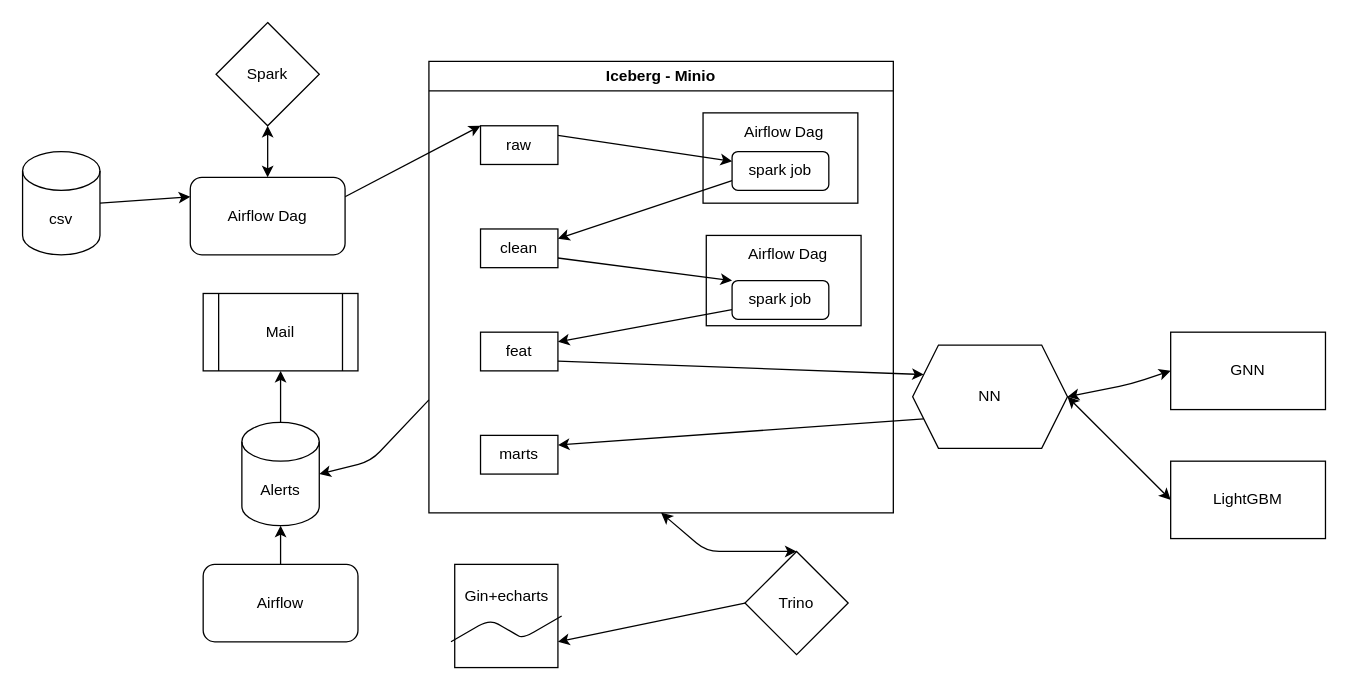
Pfpfpfpfal/Cocoonbl keeps this draw.io diagram as schema.drawio. Above is the earlier version. Source tidied: cells renumbered, new cells numbered last; positions are measured from the earlier drawing's top-left corner, leaving out a move shared by most shapes. Both pictures are drawn from the tidied source at 129%, with x=0, y=0 at pixel (22, 22).
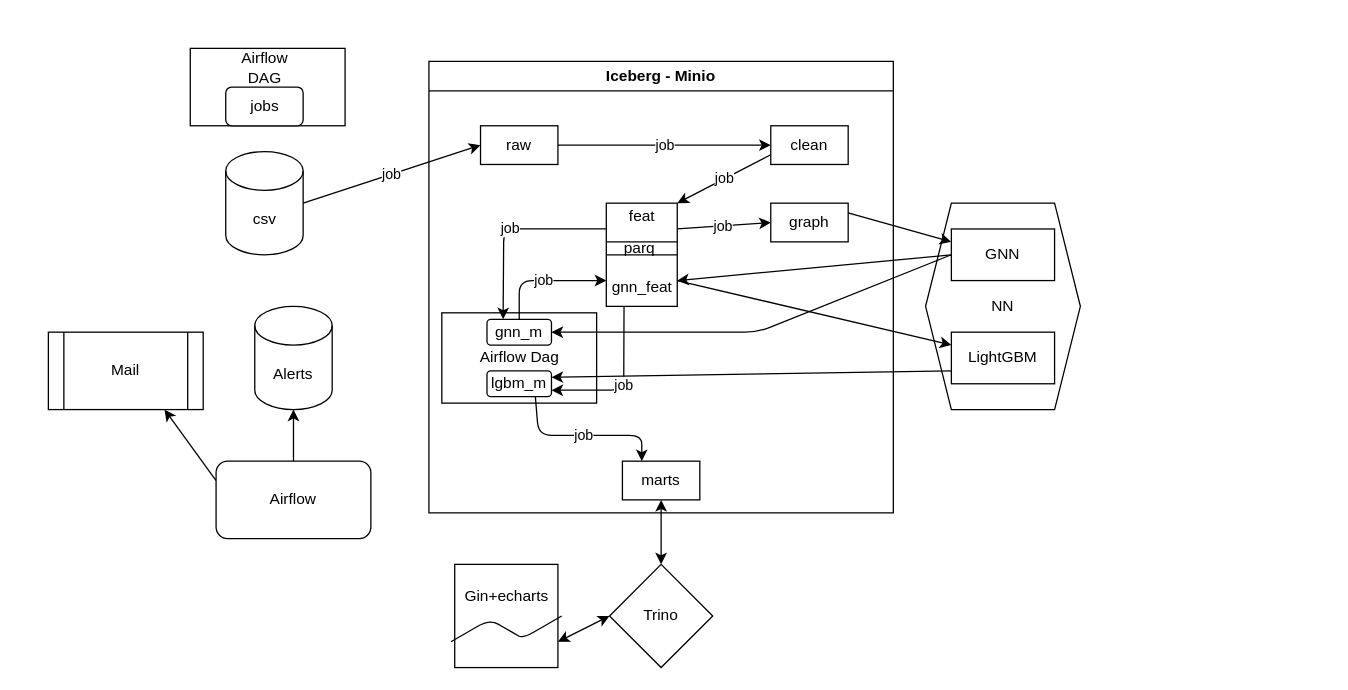
The same diagram, later.

Commit message:
Обновлена схема

Unchanged cells that the change refers to:
```xml
<mxCell id="4" value="Iceberg - Minio" style="swimlane;whiteSpace=wrap;html=1;" parent="1" vertex="1">
  <mxGeometry x="315" y="30" width="360" height="350" as="geometry" />
</mxCell>
<mxCell id="9" value="raw" style="rounded=0;whiteSpace=wrap;html=1;" parent="4" vertex="1">
  <mxGeometry x="40" y="50" width="60" height="30" as="geometry" />
</mxCell>
<mxCell id="27" style="whiteSpace=wrap;html=1;" parent="1" vertex="1">
  <mxGeometry x="335" y="420" width="80" height="80" as="geometry" />
</mxCell>
```

Change to the diagram source:
```diff
@@
-    <mxCell id="2" style="edgeStyle=none;html=1;exitX=1;exitY=0.5;exitDx=0;exitDy=0;exitPerimeter=0;entryX=0;entryY=0.25;entryDx=0;entryDy=0;" parent="1" edge="1" source="3" target="20">
-      <mxGeometry relative="1" as="geometry" />
-    </mxCell>
     <mxCell id="3" value="csv" style="shape=cylinder3;whiteSpace=wrap;html=1;boundedLbl=1;backgroundOutline=1;size=15;" parent="1" vertex="1">
-      <mxGeometry y="100" width="60" height="80" as="geometry" />
+      <mxGeometry x="157.5" y="100" width="60" height="80" as="geometry" />
     </mxCell>
@@
-    <mxCell id="5" style="rounded=0;whiteSpace=wrap;html=1;" parent="4" vertex="1">
-      <mxGeometry x="215" y="135" width="120" height="70" as="geometry" />
-    </mxCell>
-    <mxCell id="6" value="Airflow Dag" style="text;html=1;align=center;verticalAlign=middle;strokeColor=none;fillColor=none;" parent="4" vertex="1">
-      <mxGeometry x="237.5" y="135" width="80" height="30" as="geometry" />
-    </mxCell>
-    <mxCell id="7" style="rounded=0;whiteSpace=wrap;html=1;" parent="4" vertex="1">
-      <mxGeometry x="212.5" y="40" width="120" height="70" as="geometry" />
-    </mxCell>
-    <mxCell id="8" style="edgeStyle=none;html=1;exitX=1;exitY=0.25;exitDx=0;exitDy=0;entryX=0;entryY=0.25;entryDx=0;entryDy=0;" parent="4" edge="1" source="9" target="15">
-      <mxGeometry relative="1" as="geometry" />
-    </mxCell>
+    <mxCell id="42" style="rounded=0;whiteSpace=wrap;html=1;" parent="4" vertex="1">
+      <mxGeometry x="137.5" y="110" width="55" height="80" as="geometry" />
+    </mxCell>
+    <mxCell id="43" value="job" style="edgeStyle=none;html=1;exitX=1;exitY=0.5;exitDx=0;exitDy=0;entryX=0;entryY=0.5;entryDx=0;entryDy=0;" parent="4" edge="1" source="9" target="13">
+      <mxGeometry relative="1" as="geometry" />
+    </mxCell>
@@
     <mxCell id="10" value="marts" style="rounded=0;whiteSpace=wrap;html=1;" parent="4" vertex="1">
-      <mxGeometry x="40" y="290" width="60" height="30" as="geometry" />
+      <mxGeometry x="150" y="310" width="60" height="30" as="geometry" />
     </mxCell>
+    <mxCell id="44" value="job" style="edgeStyle=none;html=1;entryX=0;entryY=0.5;entryDx=0;entryDy=0;exitX=1;exitY=0.25;exitDx=0;exitDy=0;" parent="4" edge="1" source="42" target="46">
+      <mxGeometry relative="1" as="geometry" />
+    </mxCell>
+    <mxCell id="45" value="job" style="edgeStyle=none;html=1;exitX=0;exitY=0.75;exitDx=0;exitDy=0;entryX=1;entryY=0;entryDx=0;entryDy=0;" parent="4" edge="1" source="13" target="42">
+      <mxGeometry relative="1" as="geometry" />
+    </mxCell>
+    <mxCell id="13" value="clean" style="rounded=0;whiteSpace=wrap;html=1;" parent="4" vertex="1">
+      <mxGeometry x="265" y="50" width="60" height="30" as="geometry" />
+    </mxCell>
+    <mxCell id="46" value="graph" style="rounded=0;whiteSpace=wrap;html=1;" parent="4" vertex="1">
+      <mxGeometry x="265" y="110" width="60" height="30" as="geometry" />
+    </mxCell>
+    <mxCell id="47" style="rounded=0;whiteSpace=wrap;html=1;" parent="4" vertex="1">
+      <mxGeometry x="10" y="195" width="120" height="70" as="geometry" />
+    </mxCell>
+    <mxCell id="48" value="Airflow Dag" style="text;html=1;align=center;verticalAlign=middle;strokeColor=none;fillColor=none;" parent="4" vertex="1">
+      <mxGeometry x="30" y="215" width="80" height="30" as="geometry" />
+    </mxCell>
+    <mxCell id="49" value="job" style="edgeStyle=none;html=1;exitX=0.75;exitY=1;exitDx=0;exitDy=0;entryX=0.25;entryY=0;entryDx=0;entryDy=0;" parent="4" edge="1" source="57" target="10">
+      <mxGeometry relative="1" as="geometry">
+        <Array as="points">
+          <mxPoint x="85" y="290" />
+          <mxPoint x="165" y="290" />
+        </Array>
+      </mxGeometry>
+    </mxCell>
+    <mxCell id="50" style="endArrow=none;html=1;exitX=0;exitY=0.5;exitDx=0;exitDy=0;entryX=1;entryY=0.5;entryDx=0;entryDy=0;" parent="4" edge="1" source="42" target="42">
+      <mxGeometry relative="1" as="geometry" />
+    </mxCell>
+    <mxCell id="51" value="job" style="edgeStyle=none;html=1;entryX=0.25;entryY=0;entryDx=0;entryDy=0;exitX=0;exitY=0.25;exitDx=0;exitDy=0;" parent="4" edge="1" source="42" target="56">
+      <mxGeometry relative="1" as="geometry">
+        <Array as="points">
+          <mxPoint x="58" y="130" />
+        </Array>
+      </mxGeometry>
+    </mxCell>
-    <mxCell id="11" value="feat" style="rounded=0;whiteSpace=wrap;html=1;" parent="4" vertex="1">
-      <mxGeometry x="40" y="210" width="60" height="30" as="geometry" />
+    <mxCell id="11" value="feat" style="text;html=1;align=center;verticalAlign=middle;whiteSpace=wrap;rounded=0;" parent="4" vertex="1">
+      <mxGeometry x="147.5" y="110" width="35" height="20" as="geometry" />
     </mxCell>
-    <mxCell id="12" style="edgeStyle=none;html=1;exitX=1;exitY=0.75;exitDx=0;exitDy=0;entryX=0;entryY=0;entryDx=0;entryDy=0;" parent="4" edge="1" source="13" target="17">
-      <mxGeometry relative="1" as="geometry" />
-    </mxCell>
-    <mxCell id="13" value="clean" style="rounded=0;whiteSpace=wrap;html=1;" parent="4" vertex="1">
-      <mxGeometry x="40" y="130" width="60" height="30" as="geometry" />
-    </mxCell>
-    <mxCell id="14" style="edgeStyle=none;html=1;exitX=0;exitY=0.75;exitDx=0;exitDy=0;entryX=1;entryY=0.25;entryDx=0;entryDy=0;" parent="4" edge="1" source="15" target="13">
-      <mxGeometry relative="1" as="geometry" />
-    </mxCell>
-    <mxCell id="15" value="spark job" style="rounded=1;whiteSpace=wrap;html=1;" parent="4" vertex="1">
-      <mxGeometry x="235" y="70" width="75" height="30" as="geometry" />
-    </mxCell>
-    <mxCell id="16" style="edgeStyle=none;html=1;exitX=0;exitY=0.75;exitDx=0;exitDy=0;entryX=1;entryY=0.25;entryDx=0;entryDy=0;" parent="4" edge="1" source="17" target="11">
-      <mxGeometry relative="1" as="geometry" />
-    </mxCell>
-    <mxCell id="17" value="spark job" style="rounded=1;whiteSpace=wrap;html=1;" parent="4" vertex="1">
-      <mxGeometry x="235" y="170" width="75" height="30" as="geometry" />
-    </mxCell>
-    <mxCell id="18" value="Airflow Dag" style="text;html=1;align=center;verticalAlign=middle;strokeColor=none;fillColor=none;" parent="4" vertex="1">
-      <mxGeometry x="235" y="40" width="80" height="30" as="geometry" />
-    </mxCell>
+    <mxCell id="52" value="gnn_feat" style="text;html=1;align=center;verticalAlign=middle;whiteSpace=wrap;rounded=0;" parent="4" vertex="1">
+      <mxGeometry x="147.5" y="165" width="35" height="20" as="geometry" />
+    </mxCell>
+    <mxCell id="53" style="endArrow=none;html=1;exitX=0;exitY=0.5;exitDx=0;exitDy=0;entryX=1;entryY=0.5;entryDx=0;entryDy=0;" parent="4" edge="1">
+      <mxGeometry relative="1" as="geometry">
+        <mxPoint x="137.5" y="140" as="sourcePoint" />
+        <mxPoint x="192.5" y="140" as="targetPoint" />
+      </mxGeometry>
+    </mxCell>
+    <mxCell id="54" value="parq" style="text;html=1;align=center;verticalAlign=middle;strokeColor=none;fillColor=none;" parent="4" vertex="1">
+      <mxGeometry x="137.5" y="130" width="50" height="30" as="geometry" />
+    </mxCell>
+    <mxCell id="55" value="job" style="edgeStyle=none;html=1;exitX=0.5;exitY=0;exitDx=0;exitDy=0;entryX=0;entryY=0.75;entryDx=0;entryDy=0;" parent="4" edge="1" source="56" target="42">
+      <mxGeometry relative="1" as="geometry">
+        <Array as="points">
+          <mxPoint x="70" y="170" />
+        </Array>
+      </mxGeometry>
+    </mxCell>
+    <mxCell id="56" value="gnn_m" style="rounded=1;whiteSpace=wrap;html=1;" parent="4" vertex="1">
+      <mxGeometry x="45" y="200" width="50" height="20" as="geometry" />
+    </mxCell>
+    <mxCell id="57" value="lgbm_m" style="rounded=1;whiteSpace=wrap;html=1;" parent="4" vertex="1">
+      <mxGeometry x="45" y="240" width="50" height="20" as="geometry" />
+    </mxCell>
+    <mxCell id="58" value="job" style="edgeStyle=none;html=1;exitX=0.25;exitY=1;exitDx=0;exitDy=0;entryX=1;entryY=0.75;entryDx=0;entryDy=0;" parent="4" edge="1" source="42" target="57">
+      <mxGeometry relative="1" as="geometry">
+        <Array as="points">
+          <mxPoint x="151" y="255" />
+        </Array>
+      </mxGeometry>
+    </mxCell>
-    <mxCell id="19" style="edgeStyle=none;html=1;exitX=1;exitY=0.25;exitDx=0;exitDy=0;entryX=0;entryY=0;entryDx=0;entryDy=0;" parent="1" edge="1" source="20" target="9">
+    <mxCell id="19" value="job" style="edgeStyle=none;html=1;exitX=1;exitY=0.5;exitDx=0;exitDy=0;entryX=0;entryY=0.5;entryDx=0;entryDy=0;exitPerimeter=0;" parent="1" edge="1" source="3" target="9">
       <mxGeometry relative="1" as="geometry" />
     </mxCell>
-    <mxCell id="20" value="Airflow Dag" style="rounded=1;whiteSpace=wrap;html=1;" parent="1" vertex="1">
-      <mxGeometry x="130" y="120" width="120" height="60" as="geometry" />
-    </mxCell>
-    <mxCell id="21" style="edgeStyle=none;html=1;exitX=0.5;exitY=1;exitDx=0;exitDy=0;entryX=0.5;entryY=0;entryDx=0;entryDy=0;startArrow=classic;startFill=1;" parent="1" edge="1" source="22" target="20">
-      <mxGeometry relative="1" as="geometry" />
-    </mxCell>
-    <mxCell id="22" value="Spark" style="rhombus;whiteSpace=wrap;html=1;" parent="1" vertex="1">
-      <mxGeometry x="150" width="80" height="80" as="geometry" />
-    </mxCell>
-    <mxCell id="23" style="edgeStyle=none;html=1;exitX=1;exitY=0.5;exitDx=0;exitDy=0;entryX=0;entryY=0.5;entryDx=0;entryDy=0;startArrow=classic;startFill=1;" parent="1" edge="1" source="38" target="36">
-      <mxGeometry relative="1" as="geometry" />
-    </mxCell>
-    <mxCell id="24" style="edgeStyle=none;html=1;exitX=0.5;exitY=0;exitDx=0;exitDy=0;entryX=0.5;entryY=1;entryDx=0;entryDy=0;startArrow=classic;startFill=1;" parent="1" edge="1" source="26" target="4">
+    <mxCell id="24" style="edgeStyle=none;html=1;exitX=0.5;exitY=0;exitDx=0;exitDy=0;entryX=0.5;entryY=1;entryDx=0;entryDy=0;startArrow=classic;startFill=1;" parent="1" edge="1" source="26" target="10">
       <mxGeometry relative="1" as="geometry">
         <Array as="points">
-          <mxPoint x="530" y="410" />
+          <mxPoint x="495" y="400" />
         </Array>
       </mxGeometry>
     </mxCell>
-    <mxCell id="25" style="edgeStyle=none;html=1;exitX=0;exitY=0.5;exitDx=0;exitDy=0;entryX=1;entryY=0.75;entryDx=0;entryDy=0;" parent="1" edge="1" source="26" target="27">
+    <mxCell id="25" style="edgeStyle=none;html=1;exitX=0;exitY=0.5;exitDx=0;exitDy=0;entryX=1;entryY=0.75;entryDx=0;entryDy=0;startArrow=classic;startFill=1;" parent="1" edge="1" source="26" target="27">
       <mxGeometry relative="1" as="geometry" />
     </mxCell>
     <mxCell id="26" value="Trino" style="rhombus;whiteSpace=wrap;html=1;" parent="1" vertex="1">
-      <mxGeometry x="560" y="410" width="80" height="80" as="geometry" />
+      <mxGeometry x="455" y="420" width="80" height="80" as="geometry" />
     </mxCell>
@@
-    <mxCell id="30" style="edgeStyle=none;html=1;exitX=0.5;exitY=0;exitDx=0;exitDy=0;exitPerimeter=0;entryX=0.5;entryY=1;entryDx=0;entryDy=0;" parent="1" edge="1" source="33" target="31">
+    <mxCell id="30" style="edgeStyle=none;html=1;exitX=0;exitY=0.25;exitDx=0;exitDy=0;entryX=0.75;entryY=1;entryDx=0;entryDy=0;" parent="1" edge="1" source="35" target="31">
       <mxGeometry relative="1" as="geometry" />
     </mxCell>
     <mxCell id="31" value="Mail" style="shape=process;whiteSpace=wrap;html=1;backgroundOutline=1;" parent="1" vertex="1">
-      <mxGeometry x="140" y="210" width="120" height="60" as="geometry" />
+      <mxGeometry x="20" y="240" width="120" height="60" as="geometry" />
     </mxCell>
-    <mxCell id="32" style="edgeStyle=none;html=1;exitX=0;exitY=0.75;exitDx=0;exitDy=0;entryX=1;entryY=0.5;entryDx=0;entryDy=0;entryPerimeter=0;" parent="1" edge="1" source="4" target="33">
-      <mxGeometry relative="1" as="geometry">
-        <Array as="points">
-          <mxPoint x="270" y="340" />
-        </Array>
-      </mxGeometry>
-    </mxCell>
     <mxCell id="33" value="Alerts" style="shape=cylinder3;whiteSpace=wrap;html=1;boundedLbl=1;backgroundOutline=1;size=15;" parent="1" vertex="1">
-      <mxGeometry x="170" y="310" width="60" height="80" as="geometry" />
+      <mxGeometry x="180" y="220" width="60" height="80" as="geometry" />
     </mxCell>
@@
     <mxCell id="35" value="Airflow" style="rounded=1;whiteSpace=wrap;html=1;" parent="1" vertex="1">
-      <mxGeometry x="140" y="420" width="120" height="60" as="geometry" />
+      <mxGeometry x="150" y="340" width="120" height="60" as="geometry" />
     </mxCell>
+    <mxCell id="38" value="NN" style="shape=hexagon;perimeter=hexagonPerimeter2;whiteSpace=wrap;html=1;fixedSize=1;" parent="1" vertex="1">
+      <mxGeometry x="700" y="140" width="120" height="160" as="geometry" />
+    </mxCell>
+    <mxCell id="59" style="edgeStyle=none;html=1;exitX=0;exitY=0.5;exitDx=0;exitDy=0;entryX=1;entryY=0.5;entryDx=0;entryDy=0;" parent="1" edge="1" source="41" target="56">
+      <mxGeometry relative="1" as="geometry">
+        <Array as="points">
+          <mxPoint x="570" y="240" />
+        </Array>
+      </mxGeometry>
+    </mxCell>
+    <mxCell id="60" style="edgeStyle=none;html=1;exitX=0;exitY=0.5;exitDx=0;exitDy=0;entryX=1;entryY=0.75;entryDx=0;entryDy=0;" parent="1" edge="1" source="41" target="42">
+      <mxGeometry relative="1" as="geometry" />
+    </mxCell>
+    <mxCell id="41" value="GNN" style="rounded=0;whiteSpace=wrap;html=1;" parent="1" vertex="1">
+      <mxGeometry x="720" y="160" width="80" height="40" as="geometry" />
+    </mxCell>
+    <mxCell id="61" style="edgeStyle=none;html=1;exitX=0;exitY=0.75;exitDx=0;exitDy=0;entryX=1;entryY=0.25;entryDx=0;entryDy=0;" parent="1" edge="1" source="36" target="57">
+      <mxGeometry relative="1" as="geometry" />
+    </mxCell>
     <mxCell id="36" value="LightGBM" style="rounded=0;whiteSpace=wrap;html=1;" parent="1" vertex="1">
-      <mxGeometry x="890" y="340" width="120" height="60" as="geometry" />
+      <mxGeometry x="720" y="240" width="80" height="40" as="geometry" />
     </mxCell>
-    <mxCell id="37" style="edgeStyle=none;html=1;exitX=1;exitY=0.5;exitDx=0;exitDy=0;entryX=0;entryY=0.5;entryDx=0;entryDy=0;startArrow=classic;startFill=1;" parent="1" edge="1" source="38" target="41">
-      <mxGeometry relative="1" as="geometry">
-        <Array as="points">
-          <mxPoint x="860" y="280" />
-        </Array>
-      </mxGeometry>
-    </mxCell>
-    <mxCell id="38" value="NN" style="shape=hexagon;perimeter=hexagonPerimeter2;whiteSpace=wrap;html=1;fixedSize=1;" parent="1" vertex="1">
-      <mxGeometry x="690" y="250" width="120" height="80" as="geometry" />
-    </mxCell>
-    <mxCell id="39" style="edgeStyle=none;html=1;exitX=1;exitY=0.75;exitDx=0;exitDy=0;entryX=0;entryY=0.25;entryDx=0;entryDy=0;" parent="1" edge="1" source="11" target="38">
-      <mxGeometry relative="1" as="geometry" />
-    </mxCell>
-    <mxCell id="40" style="edgeStyle=none;html=1;exitX=0;exitY=0.75;exitDx=0;exitDy=0;entryX=1;entryY=0.25;entryDx=0;entryDy=0;" parent="1" edge="1" source="38" target="10">
-      <mxGeometry relative="1" as="geometry" />
-    </mxCell>
-    <mxCell id="41" value="GNN" style="rounded=0;whiteSpace=wrap;html=1;" parent="1" vertex="1">
-      <mxGeometry x="890" y="240" width="120" height="60" as="geometry" />
-    </mxCell>
+    <mxCell id="62" style="rounded=0;whiteSpace=wrap;html=1;" parent="1" vertex="1">
+      <mxGeometry x="130" y="20" width="120" height="60" as="geometry" />
+    </mxCell>
+    <mxCell id="63" value="Airflow DAG" style="text;html=1;align=center;verticalAlign=middle;whiteSpace=wrap;rounded=0;" parent="1" vertex="1">
+      <mxGeometry x="157.5" y="20" width="60" height="30" as="geometry" />
+    </mxCell>
+    <mxCell id="64" value="jobs" style="rounded=1;whiteSpace=wrap;html=1;" parent="1" vertex="1">
+      <mxGeometry x="157.5" y="50" width="60" height="30" as="geometry" />
+    </mxCell>
+    <mxCell id="65" style="edgeStyle=none;html=1;exitX=1;exitY=0.25;exitDx=0;exitDy=0;entryX=0;entryY=0.25;entryDx=0;entryDy=0;" parent="1" edge="1" source="46" target="41">
+      <mxGeometry relative="1" as="geometry" />
+    </mxCell>
+    <mxCell id="66" style="edgeStyle=none;html=1;exitX=1;exitY=0.75;exitDx=0;exitDy=0;entryX=0;entryY=0.25;entryDx=0;entryDy=0;" parent="1" edge="1" source="42" target="36">
+      <mxGeometry relative="1" as="geometry" />
+    </mxCell>
```
